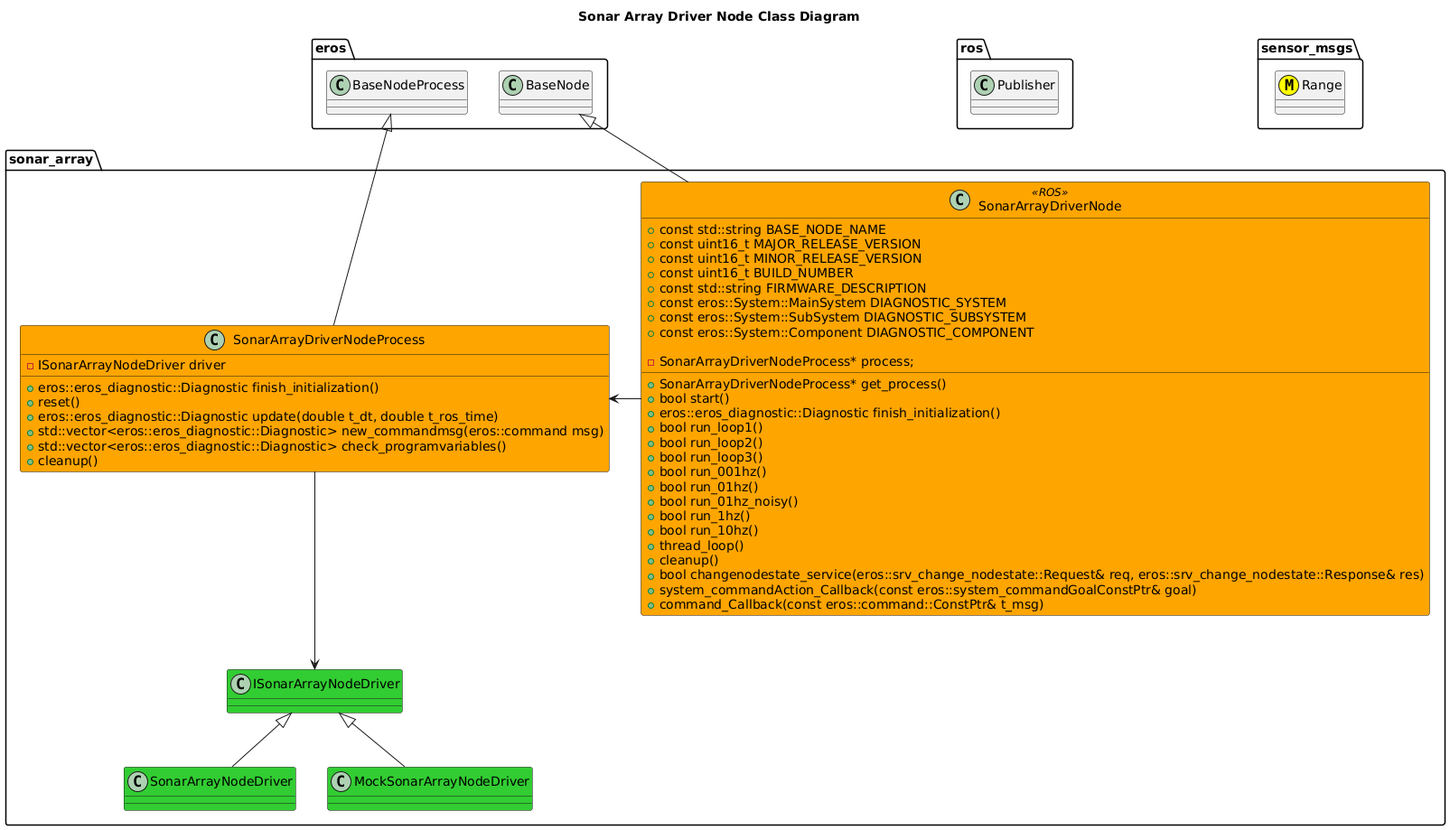
Above: nodes/SonarArrayDriverNode/doc/output/SonarArrayDriverNodeClassDiagram.png in fastrobotics/sonar_array (PlantUML), before the change. Source of this version:
```plantuml
@startuml
title Sonar Array Driver Node Class Diagram
package ros {
  class Publisher
}
package eros {
  class BaseNode
  class BaseNodeProcess
}
package sensor_msgs {
    class Range <<(M,#FFFF00)>>
}
package sonar_array {
  class SonarArrayDriverNode <<ROS>> #Orange {
      +const std::string BASE_NODE_NAME
      +const uint16_t MAJOR_RELEASE_VERSION
      +const uint16_t MINOR_RELEASE_VERSION
      +const uint16_t BUILD_NUMBER
      +const std::string FIRMWARE_DESCRIPTION
      +const eros::System::MainSystem DIAGNOSTIC_SYSTEM
      +const eros::System::SubSystem DIAGNOSTIC_SUBSYSTEM
      +const eros::System::Component DIAGNOSTIC_COMPONENT
      +SonarArrayDriverNodeProcess* get_process()
      +bool start()
      +eros::eros_diagnostic::Diagnostic finish_initialization()
      +bool run_loop1()
      +bool run_loop2()
      +bool run_loop3()
      +bool run_001hz()
      +bool run_01hz()
      +bool run_01hz_noisy()
      +bool run_1hz()
      +bool run_10hz()
      +thread_loop()
      +cleanup()
      +bool changenodestate_service(eros::srv_change_nodestate::Request& req, eros::srv_change_nodestate::Response& res)
      +system_commandAction_Callback(const eros::system_commandGoalConstPtr& goal)
      +command_Callback(const eros::command::ConstPtr& t_msg)

      -SonarArrayDriverNodeProcess* process;
  }
  class SonarArrayDriverNodeProcess #Orange {
      +eros::eros_diagnostic::Diagnostic finish_initialization()
      +reset()
      +eros::eros_diagnostic::Diagnostic update(double t_dt, double t_ros_time)
      +std::vector<eros::eros_diagnostic::Diagnostic> new_commandmsg(eros::command msg)
      +std::vector<eros::eros_diagnostic::Diagnostic> check_programvariables()
      +cleanup()
      -ISonarArrayNodeDriver driver

  }
  class ISonarArrayNodeDriver #LimeGreen
  class SonarArrayNodeDriver #LimeGreen
  class MockSonarArrayNodeDriver #LimeGreen
  BaseNode <|-- SonarArrayDriverNode
  BaseNodeProcess <|-- SonarArrayDriverNodeProcess
  SonarArrayDriverNode -> SonarArrayDriverNodeProcess
  SonarArrayDriverNodeProcess --> ISonarArrayNodeDriver
  ISonarArrayNodeDriver <|-- SonarArrayNodeDriver
  ISonarArrayNodeDriver <|-- MockSonarArrayNodeDriver
}
@enduml
```
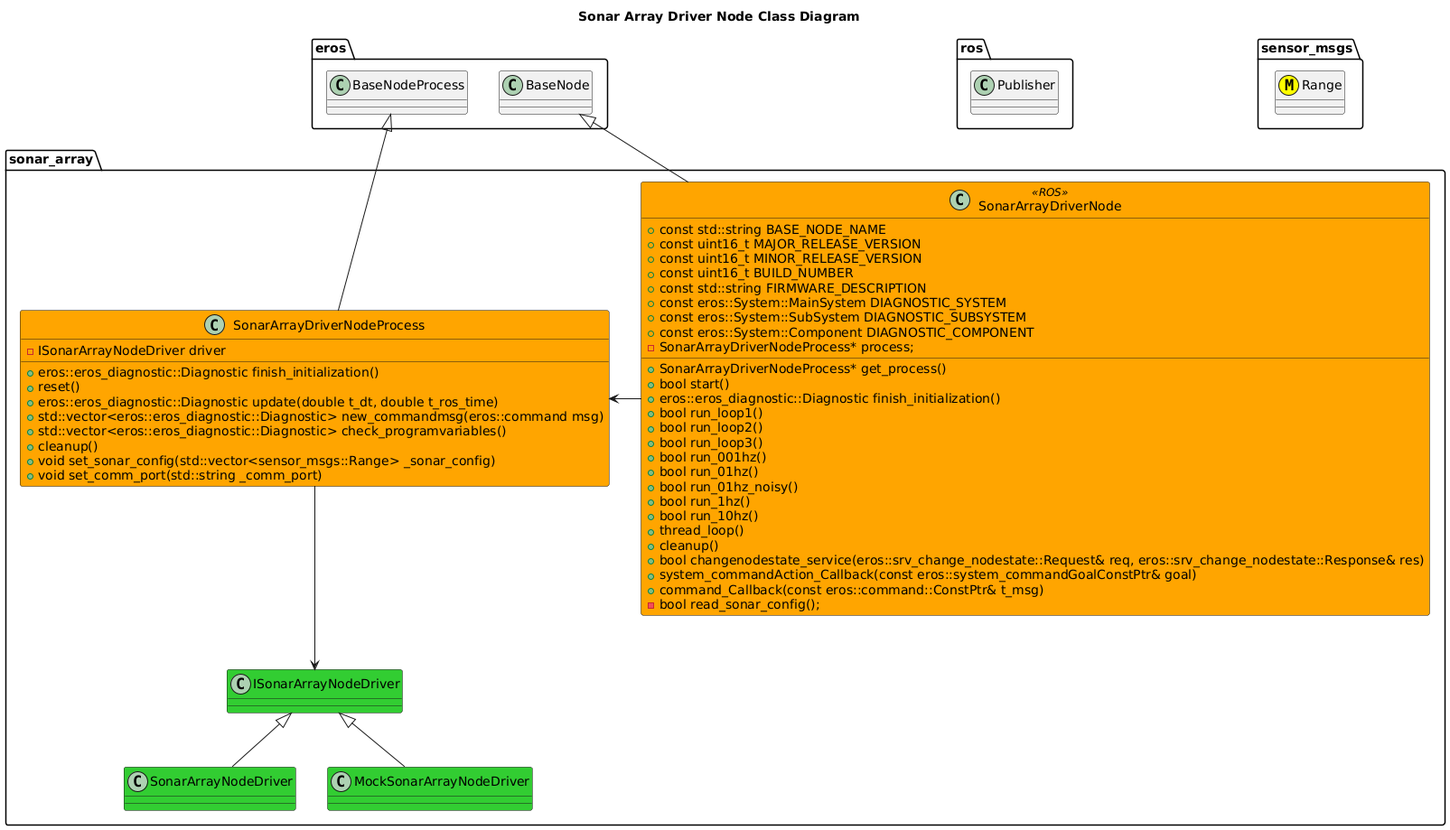
Above is the later version.

Diff of the diagram source:
```diff
@@ -36,7 +36,7 @@
       +bool changenodestate_service(eros::srv_change_nodestate::Request& req, eros::srv_change_nodestate::Response& res)
       +system_commandAction_Callback(const eros::system_commandGoalConstPtr& goal)
       +command_Callback(const eros::command::ConstPtr& t_msg)
-
+      -bool read_sonar_config();
       -SonarArrayDriverNodeProcess* process;
   }
   class SonarArrayDriverNodeProcess #Orange {
@@ -46,6 +46,8 @@
       +std::vector<eros::eros_diagnostic::Diagnostic> new_commandmsg(eros::command msg)
       +std::vector<eros::eros_diagnostic::Diagnostic> check_programvariables()
       +cleanup()
+      +void set_sonar_config(std::vector<sensor_msgs::Range> _sonar_config)
+      +void set_comm_port(std::string _comm_port)
       -ISonarArrayNodeDriver driver
 
   }
```
